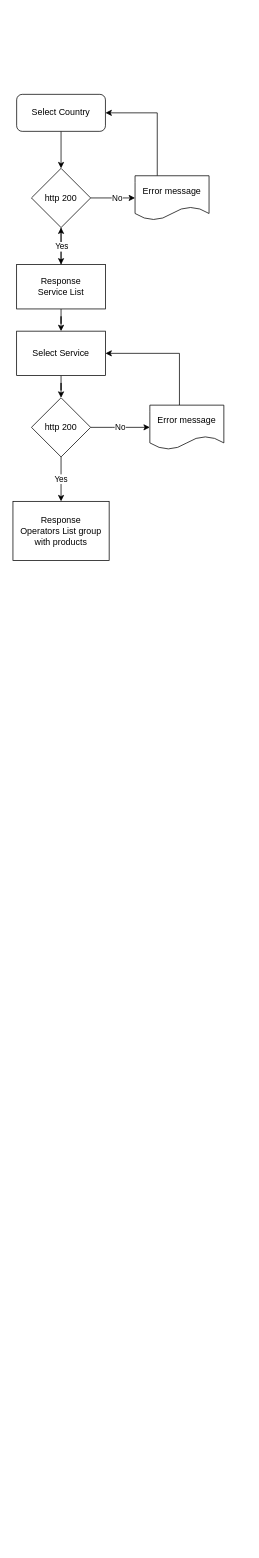
The draw.io diagram Flujo de Recarga.drawio in gianelo/learning-react, before the edit. Source tidied: cells renumbered, new cells numbered last; positions are measured from the earlier drawing's top-left corner, leaving out a move shared by most shapes. Both pictures are drawn from the tidied source at 74%, with x=0, y=0 at pixel (13, 94).
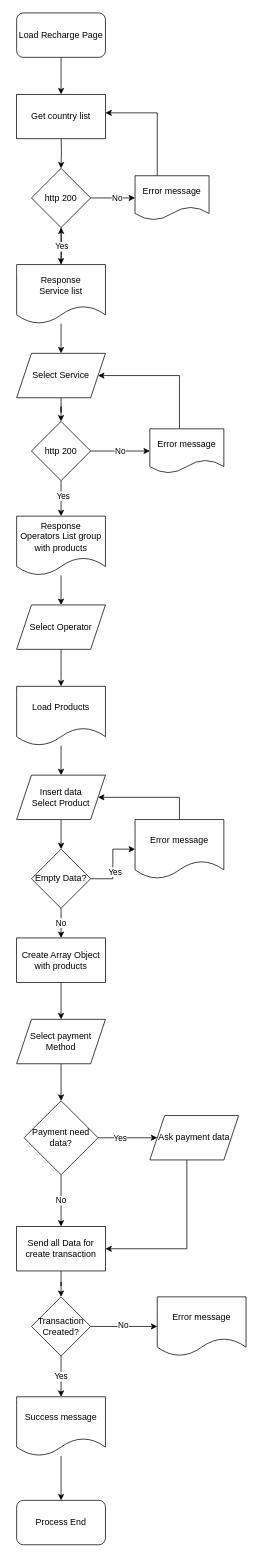
After the change.

The change refers to these unchanged cells:
```xml
<mxCell id="7" value="http 200" style="rhombus;whiteSpace=wrap;html=1;" parent="1" vertex="1">
  <mxGeometry x="25" y="100" width="80" height="80" as="geometry" />
</mxCell>
<mxCell id="9" value="Error message" style="shape=document;whiteSpace=wrap;html=1;boundedLbl=1;" parent="1" vertex="1">
  <mxGeometry x="165" y="110" width="100" height="60" as="geometry" />
</mxCell>
```

Change to the diagram source:
```diff
@@
-    <mxCell id="2" style="edgeStyle=orthogonalEdgeStyle;rounded=0;jettySize=auto;html=1;entryX=0.5;entryY=0;entryDx=0;entryDy=0;" parent="1" edge="1" source="3" target="7">
-      <mxGeometry relative="1" as="geometry" />
+    <mxCell id="2" style="edgeStyle=orthogonalEdgeStyle;rounded=0;jettySize=auto;html=1;entryX=0.5;entryY=0;entryDx=0;entryDy=0;" parent="1" edge="1" target="7">
+      <mxGeometry relative="1" as="geometry">
+        <mxPoint x="65" y="50" as="sourcePoint" />
+      </mxGeometry>
     </mxCell>
-    <mxCell id="3" value="Select Country" style="rounded=1;whiteSpace=wrap;html=1;" parent="1" vertex="1">
-      <mxGeometry x="5" width="120" height="50" as="geometry" />
-    </mxCell>
@@
-    <mxCell id="6" style="edgeStyle=orthogonalEdgeStyle;rounded=0;jettySize=auto;html=1;" parent="1" edge="1" source="7" target="13">
-      <mxGeometry relative="1" as="geometry" />
+    <mxCell id="6" style="edgeStyle=orthogonalEdgeStyle;rounded=0;jettySize=auto;html=1;" parent="1" edge="1" source="7">
+      <mxGeometry relative="1" as="geometry">
+        <mxPoint x="65" y="230" as="targetPoint" />
+      </mxGeometry>
     </mxCell>
@@
-    <mxCell id="8" style="edgeStyle=orthogonalEdgeStyle;rounded=0;jettySize=auto;html=1;entryX=1;entryY=0.5;entryDx=0;entryDy=0;" parent="1" edge="1" source="9" target="3">
+    <mxCell id="8" style="edgeStyle=orthogonalEdgeStyle;rounded=0;jettySize=auto;html=1;entryX=1;entryY=0.5;entryDx=0;entryDy=0;" parent="1" edge="1" source="9">
       <mxGeometry relative="1" as="geometry">
+        <mxPoint x="125" y="25" as="targetPoint" />
         <Array as="points">
           <mxPoint x="195" y="25" />
         </Array>
       </mxGeometry>
     </mxCell>
@@
-    <mxCell id="10" style="edgeStyle=orthogonalEdgeStyle;rounded=0;jettySize=auto;html=1;entryX=0.5;entryY=0;entryDx=0;entryDy=0;" parent="1" edge="1" source="13" target="15">
-      <mxGeometry relative="1" as="geometry" />
-    </mxCell>
-    <mxCell id="11" style="edgeStyle=orthogonalEdgeStyle;rounded=0;jettySize=auto;html=1;" parent="1" edge="1" source="13" target="7">
-      <mxGeometry relative="1" as="geometry" />
+    <mxCell id="11" style="edgeStyle=orthogonalEdgeStyle;rounded=0;jettySize=auto;html=1;" parent="1" edge="1" target="7">
+      <mxGeometry relative="1" as="geometry">
+        <mxPoint x="65" y="230" as="sourcePoint" />
+      </mxGeometry>
     </mxCell>
@@
-    <mxCell id="13" value="Response&lt;br&gt;Service List" style="rounded=0;whiteSpace=wrap;html=1;" parent="1" vertex="1">
-      <mxGeometry x="5" y="230" width="120" height="60" as="geometry" />
-    </mxCell>
-    <mxCell id="14" style="edgeStyle=orthogonalEdgeStyle;rounded=0;jettySize=auto;html=1;entryX=0.5;entryY=0;entryDx=0;entryDy=0;" parent="1" edge="1" source="15" target="18">
-      <mxGeometry relative="1" as="geometry" />
-    </mxCell>
-    <mxCell id="15" value="Select Service" style="rounded=0;whiteSpace=wrap;html=1;" parent="1" vertex="1">
-      <mxGeometry x="5" y="320" width="120" height="60" as="geometry" />
-    </mxCell>
     <mxCell id="16" value="No" style="edgeStyle=orthogonalEdgeStyle;rounded=0;jettySize=auto;html=1;" parent="1" edge="1" source="18" target="20">
       <mxGeometry relative="1" as="geometry">
         <Array as="points">
-          <mxPoint x="135" y="450" />
-          <mxPoint x="135" y="450" />
+          <mxPoint x="135" y="482" />
+          <mxPoint x="135" y="482" />
         </Array>
       </mxGeometry>
     </mxCell>
-    <mxCell id="17" value="Yes" style="edgeStyle=orthogonalEdgeStyle;rounded=0;jettySize=auto;html=1;entryX=0.5;entryY=0;entryDx=0;entryDy=0;" parent="1" edge="1" source="18" target="21">
-      <mxGeometry relative="1" as="geometry" />
-    </mxCell>
+    <mxCell id="22" style="edgeStyle=orthogonalEdgeStyle;rounded=0;jettySize=auto;html=1;" parent="1" edge="1" source="18" target="21">
+      <mxGeometry relative="1" as="geometry" />
+    </mxCell>
+    <mxCell id="23" value="Yes" style="edgeLabel;html=1;align=center;verticalAlign=middle;" parent="22" vertex="1">
+      <mxGeometry x="-0.17" y="2" relative="1" as="geometry" />
+    </mxCell>
     <mxCell id="18" value="http 200" style="rhombus;whiteSpace=wrap;html=1;" parent="1" vertex="1">
-      <mxGeometry x="25" y="410" width="80" height="80" as="geometry" />
+      <mxGeometry x="25" y="442" width="80" height="80" as="geometry" />
     </mxCell>
     <mxCell id="19" style="edgeStyle=orthogonalEdgeStyle;rounded=0;jettySize=auto;html=1;entryX=1;entryY=0.5;entryDx=0;entryDy=0;" parent="1" edge="1" source="20" target="15">
       <mxGeometry relative="1" as="geometry">
         <Array as="points">
-          <mxPoint x="225" y="350" />
+          <mxPoint x="225" y="380" />
         </Array>
       </mxGeometry>
     </mxCell>
     <mxCell id="20" value="Error message" style="shape=document;whiteSpace=wrap;html=1;boundedLbl=1;" parent="1" vertex="1">
-      <mxGeometry x="185" y="420" width="100" height="60" as="geometry" />
+      <mxGeometry x="185" y="452" width="100" height="60" as="geometry" />
     </mxCell>
+    <mxCell id="24" style="edgeStyle=orthogonalEdgeStyle;rounded=0;jettySize=auto;html=1;entryX=0.5;entryY=0;entryDx=0;entryDy=0;" parent="1" edge="1" source="25" target="15">
+      <mxGeometry relative="1" as="geometry" />
+    </mxCell>
+    <mxCell id="25" value="Response&lt;br&gt;Service list" style="shape=document;whiteSpace=wrap;html=1;boundedLbl=1;" parent="1" vertex="1">
+      <mxGeometry x="5" y="230" width="120" height="80" as="geometry" />
+    </mxCell>
+    <mxCell id="26" style="edgeStyle=orthogonalEdgeStyle;rounded=0;jettySize=auto;html=1;" parent="1" edge="1" source="21" target="30">
+      <mxGeometry relative="1" as="geometry" />
+    </mxCell>
-    <mxCell id="21" value="Response&lt;br&gt;Operators List group with products" style="rounded=0;whiteSpace=wrap;html=1;" parent="1" vertex="1">
-      <mxGeometry y="550" width="130" height="80" as="geometry" />
+    <mxCell id="21" value="Response&lt;br style=&quot;border-color: var(--border-color);&quot;&gt;Operators List group with products" style="shape=document;whiteSpace=wrap;html=1;boundedLbl=1;" parent="1" vertex="1">
+      <mxGeometry x="5" y="570" width="120" height="80" as="geometry" />
     </mxCell>
+    <mxCell id="27" style="edgeStyle=orthogonalEdgeStyle;rounded=0;jettySize=auto;html=1;entryX=0.5;entryY=0;entryDx=0;entryDy=0;" parent="1" edge="1" source="28" target="32">
+      <mxGeometry relative="1" as="geometry" />
+    </mxCell>
+    <mxCell id="28" value="Load Products" style="shape=document;whiteSpace=wrap;html=1;boundedLbl=1;" parent="1" vertex="1">
+      <mxGeometry x="5" y="800" width="120" height="80" as="geometry" />
+    </mxCell>
+    <mxCell id="29" style="edgeStyle=orthogonalEdgeStyle;rounded=0;jettySize=auto;html=1;" parent="1" edge="1" source="30" target="28">
+      <mxGeometry relative="1" as="geometry" />
+    </mxCell>
+    <mxCell id="30" value="Select Operator" style="shape=parallelogram;perimeter=parallelogramPerimeter;whiteSpace=wrap;html=1;fixedSize=1;" parent="1" vertex="1">
+      <mxGeometry x="5" y="690" width="120" height="60" as="geometry" />
+    </mxCell>
+    <mxCell id="14" style="edgeStyle=orthogonalEdgeStyle;rounded=0;jettySize=auto;html=1;entryX=0.5;entryY=0;entryDx=0;entryDy=0;" parent="1" edge="1" source="15" target="18">
+      <mxGeometry relative="1" as="geometry" />
+    </mxCell>
+    <mxCell id="15" value="Select Service" style="shape=parallelogram;perimeter=parallelogramPerimeter;whiteSpace=wrap;html=1;fixedSize=1;" parent="1" vertex="1">
+      <mxGeometry x="5" y="350" width="120" height="60" as="geometry" />
+    </mxCell>
+    <mxCell id="31" style="edgeStyle=orthogonalEdgeStyle;rounded=0;jettySize=auto;html=1;entryX=0.5;entryY=0;entryDx=0;entryDy=0;" parent="1" edge="1" source="32" target="36">
+      <mxGeometry relative="1" as="geometry" />
+    </mxCell>
+    <mxCell id="32" value="Insert data&lt;br&gt;Select Product" style="shape=parallelogram;perimeter=parallelogramPerimeter;whiteSpace=wrap;html=1;fixedSize=1;" parent="1" vertex="1">
+      <mxGeometry x="5" y="920" width="120" height="60" as="geometry" />
+    </mxCell>
+    <mxCell id="33" style="edgeStyle=orthogonalEdgeStyle;rounded=0;jettySize=auto;html=1;entryX=0;entryY=0.5;entryDx=0;entryDy=0;" parent="1" edge="1" source="36" target="38">
+      <mxGeometry relative="1" as="geometry" />
+    </mxCell>
+    <mxCell id="34" value="Yes" style="edgeLabel;html=1;align=center;verticalAlign=middle;" parent="33" vertex="1">
+      <mxGeometry x="-0.2" y="-2" relative="1" as="geometry" />
+    </mxCell>
+    <mxCell id="35" value="No" style="edgeStyle=orthogonalEdgeStyle;rounded=0;jettySize=auto;html=1;entryX=0.5;entryY=0;entryDx=0;entryDy=0;" parent="1" edge="1" source="36" target="40">
+      <mxGeometry relative="1" as="geometry" />
+    </mxCell>
+    <mxCell id="36" value="Empty Data?" style="rhombus;whiteSpace=wrap;html=1;" parent="1" vertex="1">
+      <mxGeometry x="25" y="1020" width="80" height="80" as="geometry" />
+    </mxCell>
+    <mxCell id="37" style="edgeStyle=orthogonalEdgeStyle;rounded=0;jettySize=auto;html=1;" parent="1" edge="1" source="38" target="32">
+      <mxGeometry relative="1" as="geometry">
+        <Array as="points">
+          <mxPoint x="225" y="950" />
+        </Array>
+      </mxGeometry>
+    </mxCell>
+    <mxCell id="38" value="Error message" style="shape=document;whiteSpace=wrap;html=1;boundedLbl=1;" parent="1" vertex="1">
+      <mxGeometry x="165" y="980" width="120" height="80" as="geometry" />
+    </mxCell>
+    <mxCell id="39" style="edgeStyle=orthogonalEdgeStyle;rounded=0;jettySize=auto;html=1;entryX=0.5;entryY=0;entryDx=0;entryDy=0;" parent="1" edge="1" source="40" target="42">
+      <mxGeometry relative="1" as="geometry" />
+    </mxCell>
+    <mxCell id="40" value="Create Array Object with products" style="rounded=0;whiteSpace=wrap;html=1;" parent="1" vertex="1">
+      <mxGeometry x="5" y="1140" width="120" height="60" as="geometry" />
+    </mxCell>
+    <mxCell id="41" style="edgeStyle=orthogonalEdgeStyle;rounded=0;jettySize=auto;html=1;entryX=0.5;entryY=0;entryDx=0;entryDy=0;" parent="1" edge="1" source="42" target="46">
+      <mxGeometry relative="1" as="geometry" />
+    </mxCell>
+    <mxCell id="42" value="Select payment Method" style="shape=parallelogram;perimeter=parallelogramPerimeter;whiteSpace=wrap;html=1;fixedSize=1;" parent="1" vertex="1">
+      <mxGeometry x="5" y="1250" width="120" height="60" as="geometry" />
+    </mxCell>
+    <mxCell id="43" style="edgeStyle=orthogonalEdgeStyle;rounded=0;jettySize=auto;html=1;" parent="1" edge="1" source="46" target="48">
+      <mxGeometry relative="1" as="geometry" />
+    </mxCell>
+    <mxCell id="44" value="Yes" style="edgeLabel;html=1;align=center;verticalAlign=middle;" parent="43" vertex="1">
+      <mxGeometry x="-0.28" relative="1" as="geometry" />
+    </mxCell>
+    <mxCell id="45" value="No" style="edgeStyle=orthogonalEdgeStyle;rounded=0;jettySize=auto;html=1;entryX=0.5;entryY=0;entryDx=0;entryDy=0;" parent="1" edge="1" source="46" target="50">
+      <mxGeometry relative="1" as="geometry" />
+    </mxCell>
+    <mxCell id="46" value="Payment need data?" style="rhombus;whiteSpace=wrap;html=1;" parent="1" vertex="1">
+      <mxGeometry x="15" y="1360" width="100" height="100" as="geometry" />
+    </mxCell>
+    <mxCell id="47" style="edgeStyle=orthogonalEdgeStyle;rounded=0;jettySize=auto;html=1;entryX=1;entryY=0.5;entryDx=0;entryDy=0;" parent="1" edge="1" source="48" target="50">
+      <mxGeometry relative="1" as="geometry">
+        <Array as="points">
+          <mxPoint x="235" y="1560" />
+        </Array>
+      </mxGeometry>
+    </mxCell>
+    <mxCell id="48" value="Ask payment data" style="shape=parallelogram;perimeter=parallelogramPerimeter;whiteSpace=wrap;html=1;fixedSize=1;" parent="1" vertex="1">
+      <mxGeometry x="185" y="1380" width="120" height="60" as="geometry" />
+    </mxCell>
+    <mxCell id="49" style="edgeStyle=orthogonalEdgeStyle;rounded=0;jettySize=auto;html=1;entryX=0.5;entryY=0;entryDx=0;entryDy=0;" parent="1" edge="1" source="50" target="53">
+      <mxGeometry relative="1" as="geometry" />
+    </mxCell>
+    <mxCell id="50" value="Send all Data for create transaction" style="rounded=0;whiteSpace=wrap;html=1;" parent="1" vertex="1">
+      <mxGeometry x="5" y="1530" width="120" height="60" as="geometry" />
+    </mxCell>
+    <mxCell id="17" value="Yes" style="edgeStyle=orthogonalEdgeStyle;rounded=0;jettySize=auto;html=1;entryX=0.5;entryY=0;entryDx=0;entryDy=0;" parent="1" edge="1" source="53" target="55">
+      <mxGeometry relative="1" as="geometry" />
+    </mxCell>
+    <mxCell id="51" style="edgeStyle=orthogonalEdgeStyle;rounded=0;jettySize=auto;html=1;entryX=0;entryY=0.5;entryDx=0;entryDy=0;" parent="1" edge="1" source="53" target="56">
+      <mxGeometry relative="1" as="geometry" />
+    </mxCell>
+    <mxCell id="52" value="No" style="edgeLabel;html=1;align=center;verticalAlign=middle;" parent="51" vertex="1">
+      <mxGeometry x="-0.04" y="2" relative="1" as="geometry" />
+    </mxCell>
+    <mxCell id="53" value="Transaction Created?" style="rhombus;whiteSpace=wrap;html=1;" parent="1" vertex="1">
+      <mxGeometry x="25" y="1625" width="80" height="80" as="geometry" />
+    </mxCell>
+    <mxCell id="54" style="edgeStyle=orthogonalEdgeStyle;rounded=0;jettySize=auto;html=1;entryX=0.5;entryY=0;entryDx=0;entryDy=0;" parent="1" edge="1" source="55" target="57">
+      <mxGeometry relative="1" as="geometry" />
+    </mxCell>
+    <mxCell id="55" value="Success message" style="shape=document;whiteSpace=wrap;html=1;boundedLbl=1;" parent="1" vertex="1">
+      <mxGeometry x="5" y="1760" width="120" height="80" as="geometry" />
+    </mxCell>
+    <mxCell id="56" value="Error message" style="shape=document;whiteSpace=wrap;html=1;boundedLbl=1;" parent="1" vertex="1">
+      <mxGeometry x="195" y="1625" width="120" height="80" as="geometry" />
+    </mxCell>
+    <mxCell id="57" value="Process End" style="rounded=1;whiteSpace=wrap;html=1;" parent="1" vertex="1">
+      <mxGeometry x="5" y="1900" width="120" height="60" as="geometry" />
+    </mxCell>
+    <mxCell id="58" value="Get country list" style="rounded=0;whiteSpace=wrap;html=1;" parent="1" vertex="1">
+      <mxGeometry x="5" width="120" height="60" as="geometry" />
+    </mxCell>
+    <mxCell id="59" style="edgeStyle=orthogonalEdgeStyle;rounded=0;jettySize=auto;html=1;entryX=0.5;entryY=0;entryDx=0;entryDy=0;" parent="1" edge="1" source="60" target="58">
+      <mxGeometry relative="1" as="geometry" />
+    </mxCell>
+    <mxCell id="60" value="Load Recharge Page" style="rounded=1;whiteSpace=wrap;html=1;" parent="1" vertex="1">
+      <mxGeometry x="5" y="-110" width="120" height="60" as="geometry" />
+    </mxCell>
```
